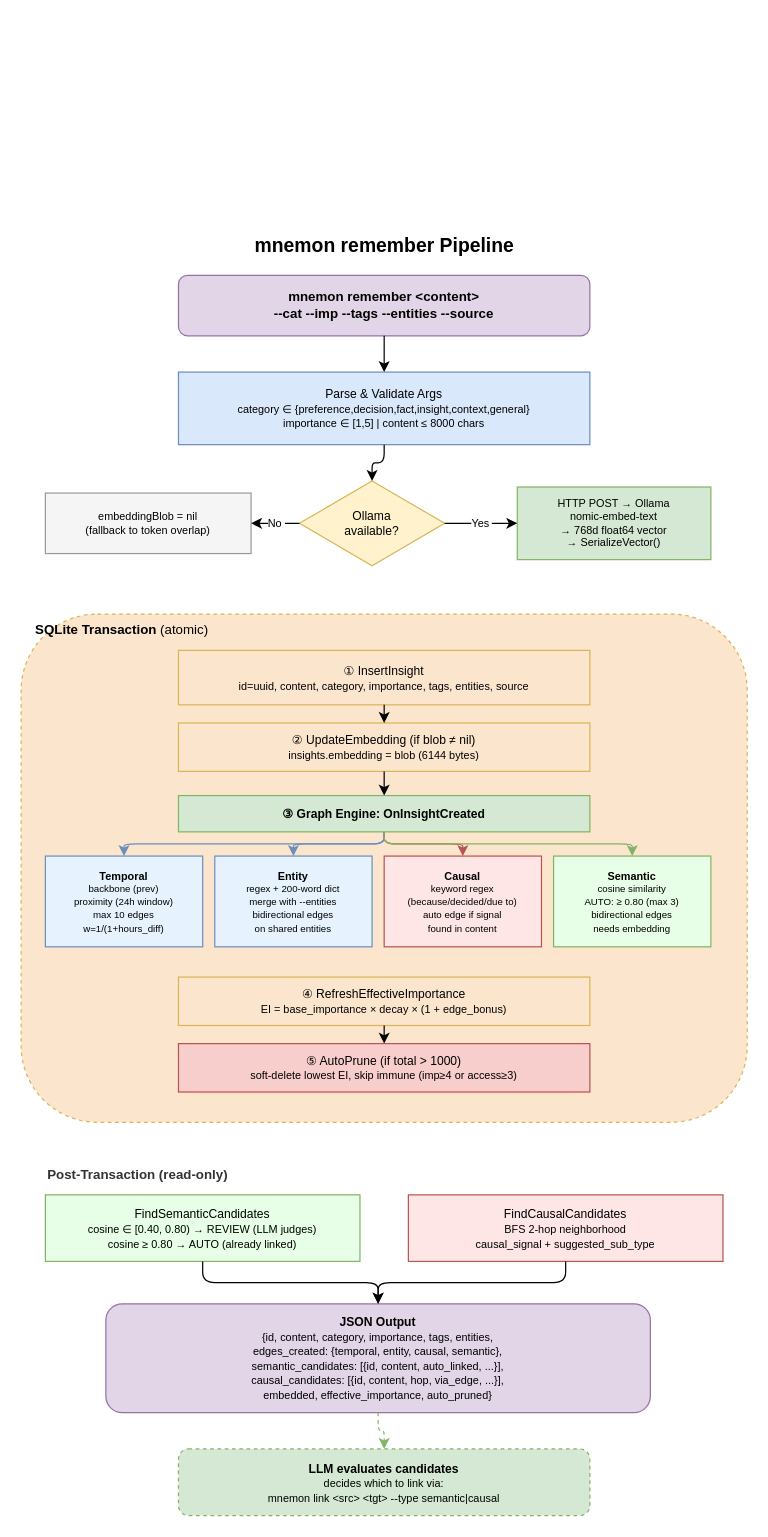
Above: page "Remember Pipeline" (2 of 9) of docs/diagrams/mnemon-architecture.drawio in suxatcode/mnemon (draw.io), before the change. Source tidied: cells renumbered, new cells numbered last; positions are measured from the earlier drawing's top-left corner, leaving out a move shared by most shapes. Both pictures are drawn from the tidied source at 121%, with x=0, y=0 at pixel (21, 226).
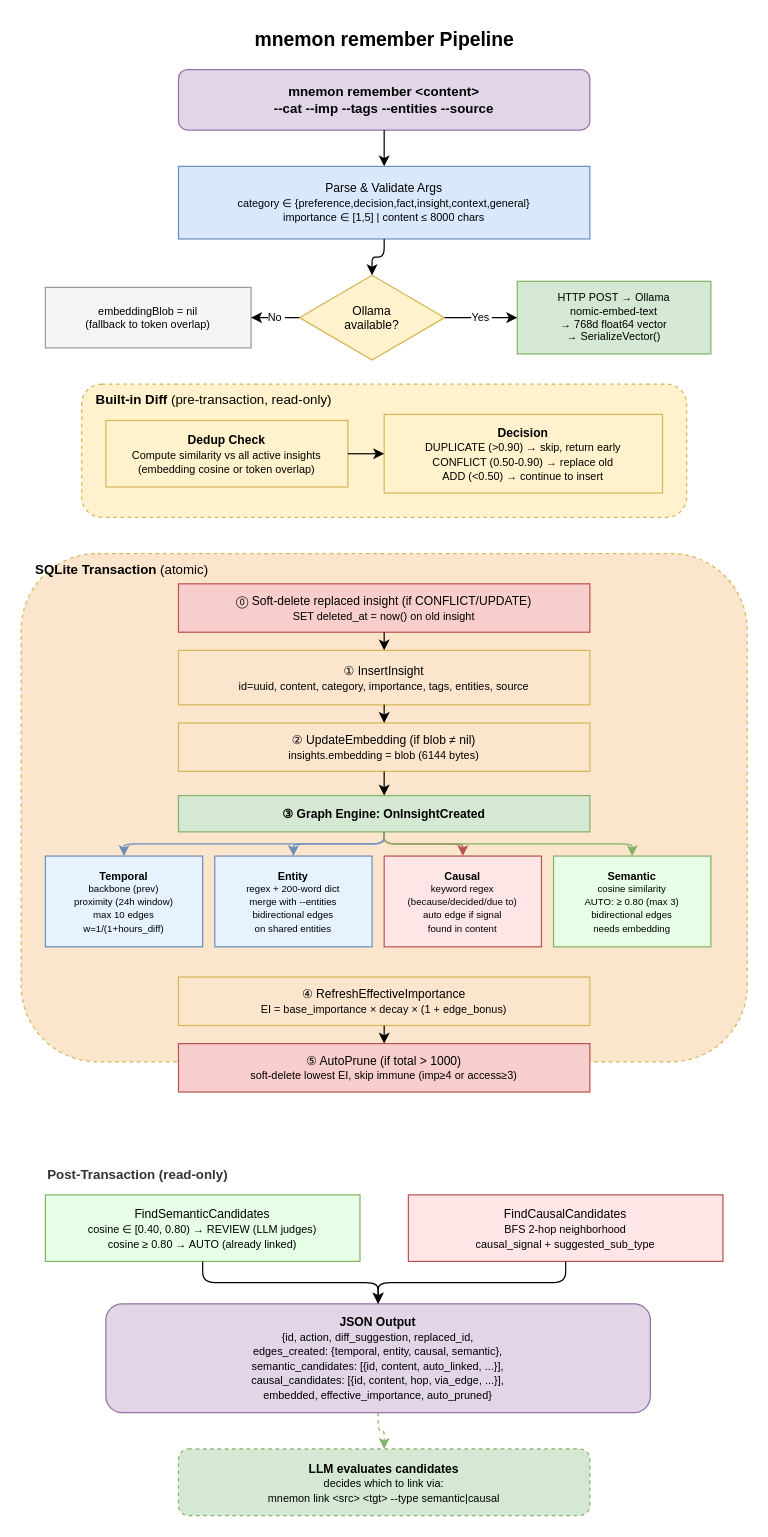
The same diagram, later.

The change refers to these unchanged cells:
```xml
<mxCell id="13" value="① InsertInsight&lt;br&gt;&lt;font style=&quot;font-size:9px&quot;&gt;id=uuid, content, category, importance, tags, entities, source&lt;/font&gt;" style="rounded=0;whiteSpace=wrap;html=1;fillColor=#fce5cd;strokeColor=#d6b656;fontSize=10;" parent="1" vertex="1">
  <mxGeometry x="130" y="350" width="340" height="45" as="geometry" />
</mxCell>
```

Change to the diagram source:
```diff
@@
     <mxCell id="2" value="&lt;b&gt;mnemon remember Pipeline&lt;/b&gt;" style="text;html=1;align=center;verticalAlign=middle;fontSize=16;strokeColor=none;fillColor=none;" parent="1" vertex="1">
-      <mxGeometry x="150" width="300" height="30" as="geometry" />
+      <mxGeometry x="150" y="-170" width="300" height="30" as="geometry" />
     </mxCell>
     <mxCell id="3" value="mnemon remember &amp;lt;content&amp;gt;&lt;br&gt;--cat --imp --tags --entities --source" style="rounded=1;whiteSpace=wrap;html=1;fillColor=#e1d5e7;strokeColor=#9673a6;fontSize=11;fontStyle=1;" parent="1" vertex="1">
-      <mxGeometry x="130" y="40" width="340" height="50" as="geometry" />
+      <mxGeometry x="130" y="-130" width="340" height="50" as="geometry" />
     </mxCell>
     <mxCell id="4" value="Parse &amp; Validate Args&lt;br&gt;&lt;font style=&quot;font-size:9px&quot;&gt;category ∈ {preference,decision,fact,insight,context,general}&lt;br&gt;importance ∈ [1,5] | content ≤ 8000 chars&lt;/font&gt;" style="rounded=0;whiteSpace=wrap;html=1;fillColor=#dae8fc;strokeColor=#6c8ebf;fontSize=10;" parent="1" vertex="1">
-      <mxGeometry x="130" y="120" width="340" height="60" as="geometry" />
+      <mxGeometry x="130" y="-50" width="340" height="60" as="geometry" />
     </mxCell>
@@
     <mxCell id="6" value="Ollama&lt;br&gt;available?" style="rhombus;whiteSpace=wrap;html=1;fillColor=#fff2cc;strokeColor=#d6b656;fontSize=10;" parent="1" vertex="1">
-      <mxGeometry x="230" y="210" width="120" height="70" as="geometry" />
+      <mxGeometry x="230" y="40" width="120" height="70" as="geometry" />
     </mxCell>
@@
     <mxCell id="8" value="HTTP POST → Ollama&lt;br&gt;nomic-embed-text&lt;br&gt;→ 768d float64 vector&lt;br&gt;→ SerializeVector()" style="rounded=0;whiteSpace=wrap;html=1;fillColor=#d5e8d4;strokeColor=#82b366;fontSize=9;" parent="1" vertex="1">
-      <mxGeometry x="410" y="215" width="160" height="60" as="geometry" />
+      <mxGeometry x="410" y="45" width="160" height="60" as="geometry" />
     </mxCell>
@@
     <mxCell id="10" value="embeddingBlob = nil&lt;br&gt;(fallback to token overlap)" style="rounded=0;whiteSpace=wrap;html=1;fillColor=#f5f5f5;strokeColor=#999999;fontSize=9;" parent="1" vertex="1">
-      <mxGeometry x="20" y="220" width="170" height="50" as="geometry" />
+      <mxGeometry x="20" y="50" width="170" height="50" as="geometry" />
     </mxCell>
@@
+    <mxCell id="37" value="&lt;b&gt;Built-in Diff&lt;/b&gt; (pre-transaction, read-only)" style="rounded=1;whiteSpace=wrap;html=1;fillColor=#fff2cc;strokeColor=#d6b656;verticalAlign=top;fontSize=11;align=left;spacingLeft=10;dashed=1;" parent="1" vertex="1">
+      <mxGeometry x="50" y="130" width="500" height="110" as="geometry" />
+    </mxCell>
+    <mxCell id="38" value="&lt;b&gt;Dedup Check&lt;/b&gt;&lt;br&gt;&lt;font style=&quot;font-size:9px&quot;&gt;Compute similarity vs all active insights&lt;br&gt;(embedding cosine or token overlap)&lt;/font&gt;" style="rounded=0;whiteSpace=wrap;html=1;fillColor=#fff2cc;strokeColor=#d6b656;fontSize=10;" parent="1" vertex="1">
+      <mxGeometry x="70" y="160" width="200" height="55" as="geometry" />
+    </mxCell>
+    <mxCell id="39" value="&lt;b&gt;Decision&lt;/b&gt;&lt;br&gt;&lt;font style=&quot;font-size:9px&quot;&gt;DUPLICATE (&gt;0.90) → skip, return early&lt;br&gt;CONFLICT (0.50-0.90) → replace old&lt;br&gt;ADD (&lt;0.50) → continue to insert&lt;/font&gt;" style="rounded=0;whiteSpace=wrap;html=1;fillColor=#fff2cc;strokeColor=#d6b656;fontSize=10;" parent="1" vertex="1">
+      <mxGeometry x="300" y="155" width="230" height="65" as="geometry" />
+    </mxCell>
+    <mxCell id="40" style="edgeStyle=orthogonalEdgeStyle;rounded=1;" parent="1" edge="1" source="38" target="39">
+      <mxGeometry relative="1" as="geometry" />
+    </mxCell>
     <mxCell id="12" value="&lt;b&gt;SQLite Transaction&lt;/b&gt;  (atomic)" style="rounded=1;whiteSpace=wrap;html=1;fillColor=#fce5cd;strokeColor=#d6b656;verticalAlign=top;fontSize=11;align=left;spacingLeft=10;dashed=1;" parent="1" vertex="1">
-      <mxGeometry y="320" width="600" height="420" as="geometry" />
+      <mxGeometry y="270" width="600" height="420" as="geometry" />
     </mxCell>
+    <mxCell id="41" value="⓪ Soft-delete replaced insight (if CONFLICT/UPDATE)&lt;br&gt;&lt;font style=&quot;font-size:9px&quot;&gt;SET deleted_at = now() on old insight&lt;/font&gt;" style="rounded=0;whiteSpace=wrap;html=1;fillColor=#f8cecc;strokeColor=#b85450;fontSize=10;" parent="1" vertex="1">
+      <mxGeometry x="130" y="295" width="340" height="40" as="geometry" />
+    </mxCell>
@@
+    <mxCell id="42" style="edgeStyle=orthogonalEdgeStyle;rounded=1;" parent="1" edge="1" source="41" target="13">
+      <mxGeometry relative="1" as="geometry" />
+    </mxCell>
@@
-    <mxCell id="32" value="&lt;b&gt;JSON Output&lt;/b&gt;&lt;br&gt;&lt;font style=&quot;font-size:9px&quot;&gt;{id, content, category, importance, tags, entities,&lt;br&gt;edges_created: {temporal, entity, causal, semantic},&lt;br&gt;semantic_candidates: [{id, content, auto_linked, ...}],&lt;br&gt;causal_candidates: [{id, content, hop, via_edge, ...}],&lt;br&gt;embedded, effective_importance, auto_pruned}&lt;/font&gt;" style="rounded=1;whiteSpace=wrap;html=1;fillColor=#e1d5e7;strokeColor=#9673a6;fontSize=10;" parent="1" vertex="1">
+    <mxCell id="32" value="&lt;b&gt;JSON Output&lt;/b&gt;&lt;br&gt;&lt;font style=&quot;font-size:9px&quot;&gt;{id, action, diff_suggestion, replaced_id,&lt;br&gt;edges_created: {temporal, entity, causal, semantic},&lt;br&gt;semantic_candidates: [{id, content, auto_linked, ...}],&lt;br&gt;causal_candidates: [{id, content, hop, via_edge, ...}],&lt;br&gt;embedded, effective_importance, auto_pruned}&lt;/font&gt;" style="rounded=1;whiteSpace=wrap;html=1;fillColor=#e1d5e7;strokeColor=#9673a6;fontSize=10;" parent="1" vertex="1">
       <mxGeometry x="70" y="890" width="450" height="90" as="geometry" />
     </mxCell>
```
